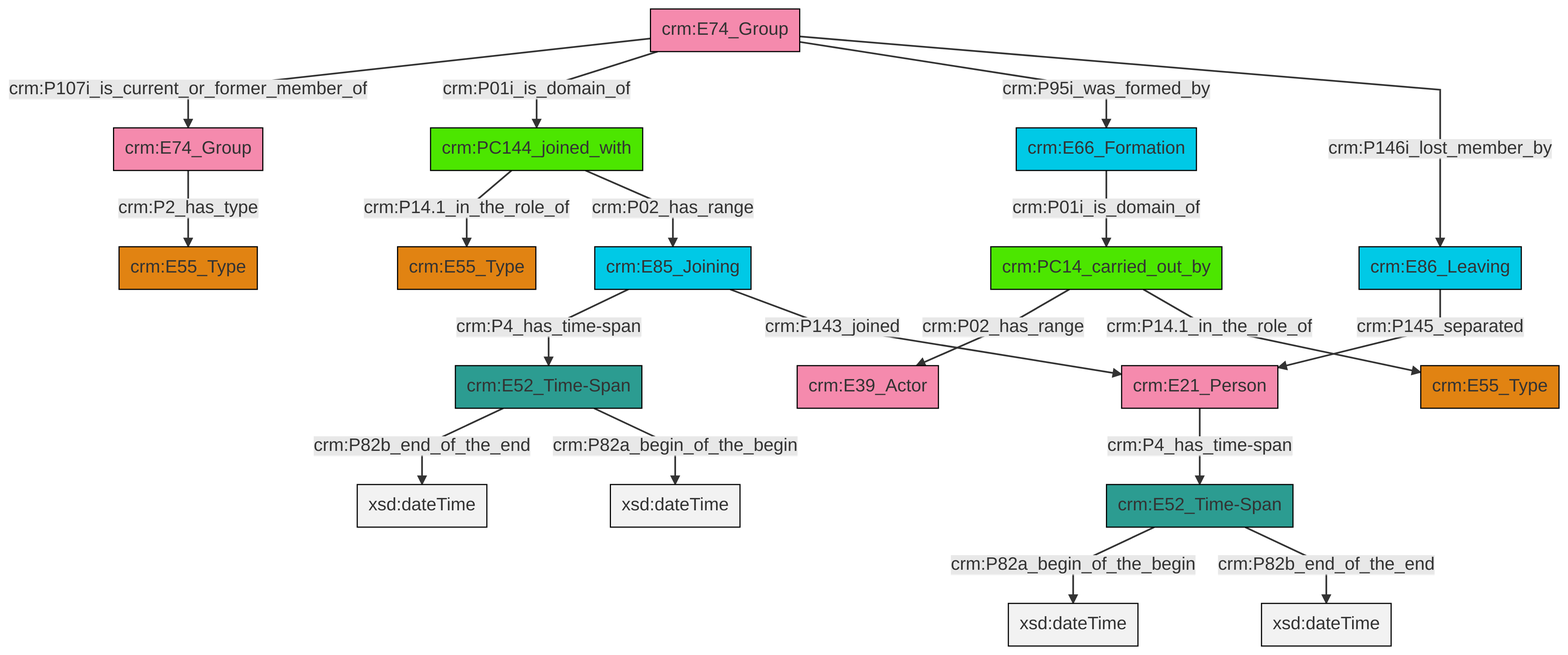
Above: et/groupCSV/ttl/mmd/png/group_actor_relations.png in swiss-art-research-net/docs.swissartresearch (Mermaid), before the change. Its source is kept beside it as et/groupCSV/ttl/mmd/group_actor_relations.ttl.mmd.
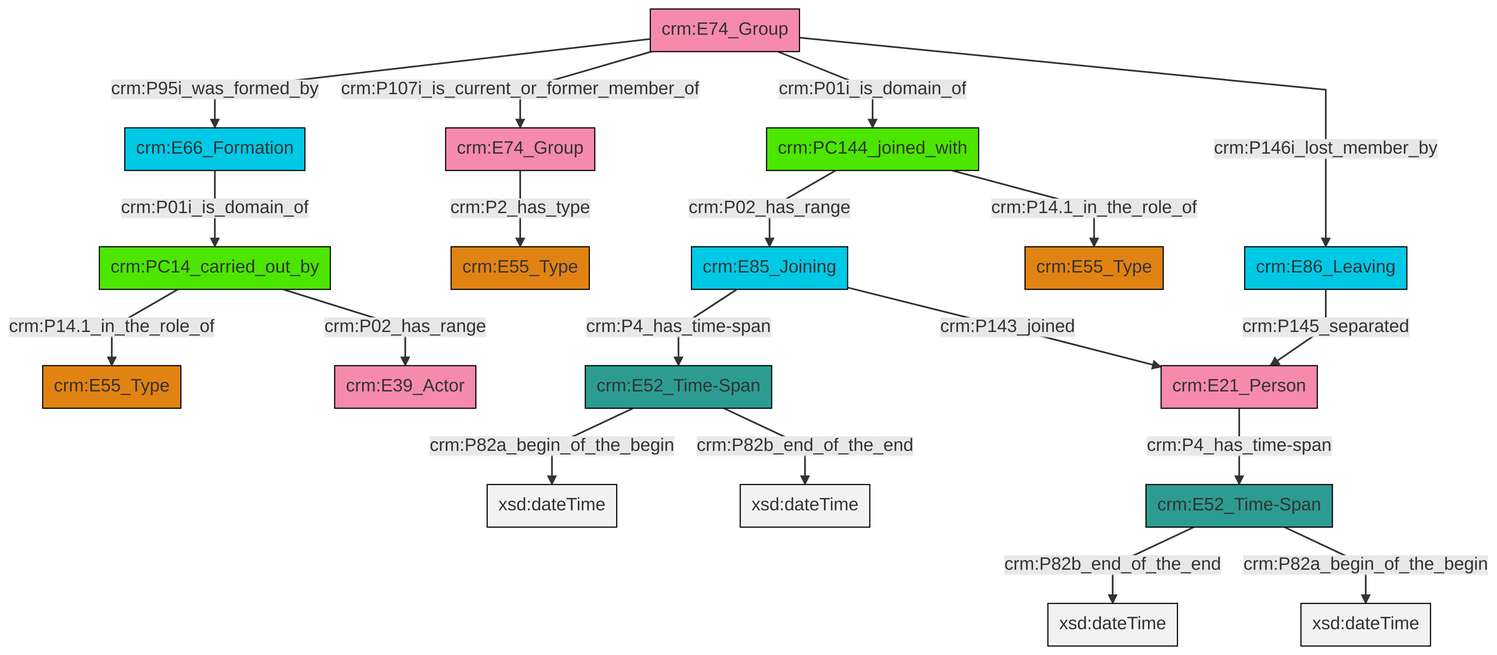
The same diagram one commit later.

Diff of the diagram source:
```diff
@@ -13,21 +13,21 @@
 classDef PC_Classes fill:#4ce600, stroke:#000000;
 classDef Multi fill:#cccccc,stroke:#000000;
 
-2["crm:E52_Time-Span"]:::Time-Span -->|crm:P82b_end_of_the_end| 3[xsd:dateTime]:::Literal
-4["crm:PC14_carried_out_by"]:::PC_Classes -->|crm:P02_has_range| 5["crm:E39_Actor"]:::Actor
-9["crm:E74_Group"]:::Actor -->|crm:P2_has_type| 11["crm:E55_Type"]:::Type
-2["crm:E52_Time-Span"]:::Time-Span -->|crm:P82a_begin_of_the_begin| 13[xsd:dateTime]:::Literal
-14["crm:E74_Group"]:::Actor -->|crm:P107i_is_current_or_former_member_of| 9["crm:E74_Group"]:::Actor
-15["crm:E85_Joining"]:::Temporal_Entity -->|crm:P4_has_time-span| 2["crm:E52_Time-Span"]:::Time-Span
-16["crm:E66_Formation"]:::Temporal_Entity -->|crm:P01i_is_domain_of| 4["crm:PC14_carried_out_by"]:::PC_Classes
-4["crm:PC14_carried_out_by"]:::PC_Classes -->|crm:P14.1_in_the_role_of| 17["crm:E55_Type"]:::Type
-19["crm:E86_Leaving"]:::Temporal_Entity -->|crm:P145_separated| 20["crm:E21_Person"]:::Actor
-0["crm:E52_Time-Span"]:::Time-Span -->|crm:P82a_begin_of_the_begin| 24[xsd:dateTime]:::Literal
-14["crm:E74_Group"]:::Actor -->|crm:P01i_is_domain_of| 22["crm:PC144_joined_with"]:::PC_Classes
-0["crm:E52_Time-Span"]:::Time-Span -->|crm:P82b_end_of_the_end| 28[xsd:dateTime]:::Literal
-22["crm:PC144_joined_with"]:::PC_Classes -->|crm:P14.1_in_the_role_of| 6["crm:E55_Type"]:::Type
-22["crm:PC144_joined_with"]:::PC_Classes -->|crm:P02_has_range| 15["crm:E85_Joining"]:::Temporal_Entity
-20["crm:E21_Person"]:::Actor -->|crm:P4_has_time-span| 0["crm:E52_Time-Span"]:::Time-Span
-14["crm:E74_Group"]:::Actor -->|crm:P95i_was_formed_by| 16["crm:E66_Formation"]:::Temporal_Entity
-15["crm:E85_Joining"]:::Temporal_Entity -->|crm:P143_joined| 20["crm:E21_Person"]:::Actor
-14["crm:E74_Group"]:::Actor -->|crm:P146i_lost_member_by| 19["crm:E86_Leaving"]:::Temporal_Entity
+0["crm:E21_Person"]:::Actor -->|crm:P4_has_time-span| 1["crm:E52_Time-Span"]:::Time-Span
+4["crm:E74_Group"]:::Actor -->|crm:P95i_was_formed_by| 2["crm:E66_Formation"]:::Temporal_Entity
+4["crm:E74_Group"]:::Actor -->|crm:P107i_is_current_or_former_member_of| 8["crm:E74_Group"]:::Actor
+9["crm:PC14_carried_out_by"]:::PC_Classes -->|crm:P14.1_in_the_role_of| 5["crm:E55_Type"]:::Type
+12["crm:E86_Leaving"]:::Temporal_Entity -->|crm:P145_separated| 0["crm:E21_Person"]:::Actor
+1["crm:E52_Time-Span"]:::Time-Span -->|crm:P82b_end_of_the_end| 18[xsd:dateTime]:::Literal
+19["crm:PC144_joined_with"]:::PC_Classes -->|crm:P02_has_range| 20["crm:E85_Joining"]:::Temporal_Entity
+8["crm:E74_Group"]:::Actor -->|crm:P2_has_type| 16["crm:E55_Type"]:::Type
+1["crm:E52_Time-Span"]:::Time-Span -->|crm:P82a_begin_of_the_begin| 21[xsd:dateTime]:::Literal
+20["crm:E85_Joining"]:::Temporal_Entity -->|crm:P4_has_time-span| 14["crm:E52_Time-Span"]:::Time-Span
+2["crm:E66_Formation"]:::Temporal_Entity -->|crm:P01i_is_domain_of| 9["crm:PC14_carried_out_by"]:::PC_Classes
+9["crm:PC14_carried_out_by"]:::PC_Classes -->|crm:P02_has_range| 25["crm:E39_Actor"]:::Actor
+19["crm:PC144_joined_with"]:::PC_Classes -->|crm:P14.1_in_the_role_of| 10["crm:E55_Type"]:::Type
+4["crm:E74_Group"]:::Actor -->|crm:P01i_is_domain_of| 19["crm:PC144_joined_with"]:::PC_Classes
+14["crm:E52_Time-Span"]:::Time-Span -->|crm:P82a_begin_of_the_begin| 30[xsd:dateTime]:::Literal
+20["crm:E85_Joining"]:::Temporal_Entity -->|crm:P143_joined| 0["crm:E21_Person"]:::Actor
+4["crm:E74_Group"]:::Actor -->|crm:P146i_lost_member_by| 12["crm:E86_Leaving"]:::Temporal_Entity
+14["crm:E52_Time-Span"]:::Time-Span -->|crm:P82b_end_of_the_end| 34[xsd:dateTime]:::Literal
```
